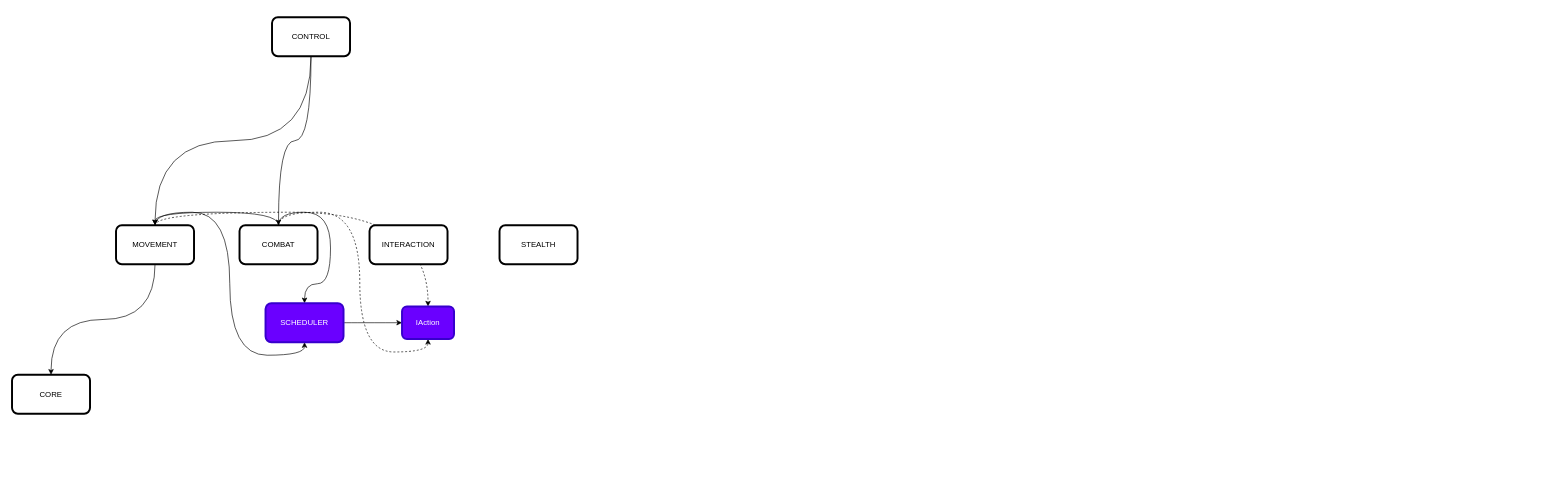
Above: _Docs/Architecture.drawio in rafaelmmedeiros/Mount-Mortem-Mystery (draw.io), before the change. Source tidied: cells renumbered, new cells numbered last; positions are measured from the earlier drawing's top-left corner, leaving out a move shared by most shapes. Both pictures are drawn from the tidied source at 65%, with x=0, y=0 at pixel (12, 17).
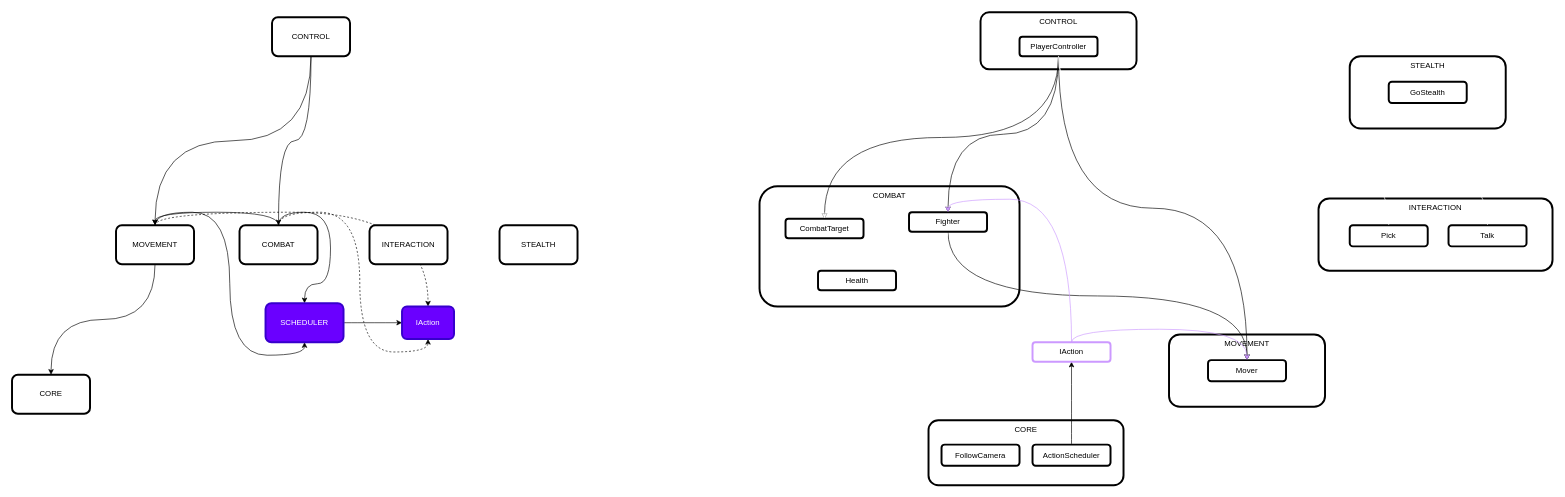
The same page after the edit.

Change to the diagram source:
```diff
@@
+    <mxCell id="19" value="CONTROL" style="rounded=1;whiteSpace=wrap;html=1;strokeWidth=3;align=center;labelPosition=center;verticalLabelPosition=middle;verticalAlign=top;" parent="1" vertex="1">
+      <mxGeometry x="1490" y="-7.5" width="240" height="87.5" as="geometry" />
+    </mxCell>
+    <mxCell id="20" value="COMBAT" style="rounded=1;whiteSpace=wrap;html=1;strokeWidth=3;align=center;labelPosition=center;verticalLabelPosition=middle;verticalAlign=top;" parent="1" vertex="1">
+      <mxGeometry x="1150" y="260" width="400" height="185" as="geometry" />
+    </mxCell>
+    <mxCell id="21" value="MOVEMENT" style="rounded=1;whiteSpace=wrap;html=1;strokeWidth=3;align=center;labelPosition=center;verticalLabelPosition=middle;verticalAlign=top;" parent="1" vertex="1">
+      <mxGeometry x="1780" y="488.1" width="240" height="111.2" as="geometry" />
+    </mxCell>
+    <mxCell id="22" value="CORE" style="rounded=1;whiteSpace=wrap;html=1;strokeWidth=3;align=center;labelPosition=center;verticalLabelPosition=middle;verticalAlign=top;" parent="1" vertex="1">
+      <mxGeometry x="1410" y="620" width="300" height="100" as="geometry" />
+    </mxCell>
+    <mxCell id="23" style="edgeStyle=orthogonalEdgeStyle;curved=1;rounded=0;jettySize=auto;html=1;exitX=0.5;exitY=1;exitDx=0;exitDy=0;" parent="1" edge="1" source="26" target="27">
+      <mxGeometry relative="1" as="geometry" />
+    </mxCell>
+    <mxCell id="24" style="edgeStyle=orthogonalEdgeStyle;curved=1;rounded=0;jettySize=auto;html=1;exitX=0.5;exitY=1;exitDx=0;exitDy=0;" parent="1" edge="1" source="26" target="31">
+      <mxGeometry relative="1" as="geometry" />
+    </mxCell>
+    <mxCell id="25" style="edgeStyle=orthogonalEdgeStyle;curved=1;rounded=0;jettySize=auto;html=1;exitX=0.5;exitY=1;exitDx=0;exitDy=0;" parent="1" edge="1" source="26" target="32">
+      <mxGeometry relative="1" as="geometry" />
+    </mxCell>
+    <mxCell id="26" value="PlayerController" style="rounded=1;whiteSpace=wrap;html=1;strokeWidth=3;" parent="1" vertex="1">
+      <mxGeometry x="1550" y="30" width="120" height="30" as="geometry" />
+    </mxCell>
+    <mxCell id="27" value="CombatTarget" style="rounded=1;whiteSpace=wrap;html=1;strokeWidth=3;" parent="1" vertex="1">
+      <mxGeometry x="1190" y="310" width="120" height="30" as="geometry" />
+    </mxCell>
+    <mxCell id="28" style="edgeStyle=orthogonalEdgeStyle;curved=1;rounded=0;jettySize=auto;html=1;exitX=0.5;exitY=1;exitDx=0;exitDy=0;" parent="1" edge="1" source="31" target="32">
+      <mxGeometry relative="1" as="geometry" />
+    </mxCell>
+    <mxCell id="29" style="edgeStyle=orthogonalEdgeStyle;curved=1;rounded=0;jettySize=auto;html=1;exitX=0.5;exitY=1;exitDx=0;exitDy=0;entryX=0.5;entryY=0;entryDx=0;entryDy=0;strokeColor=#FFFFFF;" parent="1" edge="1" source="31" target="33">
+      <mxGeometry relative="1" as="geometry" />
+    </mxCell>
+    <mxCell id="30" style="edgeStyle=orthogonalEdgeStyle;curved=1;rounded=0;jettySize=auto;html=1;exitX=0.5;exitY=1;exitDx=0;exitDy=0;entryX=0.5;entryY=0;entryDx=0;entryDy=0;strokeColor=#FFFFFF;" parent="1" edge="1" source="31" target="27">
+      <mxGeometry relative="1" as="geometry" />
+    </mxCell>
+    <mxCell id="31" value="Fighter" style="rounded=1;whiteSpace=wrap;html=1;strokeWidth=3;" parent="1" vertex="1">
+      <mxGeometry x="1380" y="300" width="120" height="30" as="geometry" />
+    </mxCell>
+    <mxCell id="32" value="Mover" style="rounded=1;whiteSpace=wrap;html=1;strokeWidth=3;" parent="1" vertex="1">
+      <mxGeometry x="1840" y="527.5" width="120" height="32.5" as="geometry" />
+    </mxCell>
+    <mxCell id="33" value="Health" style="rounded=1;whiteSpace=wrap;html=1;strokeWidth=3;" parent="1" vertex="1">
+      <mxGeometry x="1240" y="390" width="120" height="30" as="geometry" />
+    </mxCell>
+    <mxCell id="34" value="FollowCamera" style="rounded=1;whiteSpace=wrap;html=1;strokeWidth=3;" parent="1" vertex="1">
+      <mxGeometry x="1430" y="657.5" width="120" height="32.5" as="geometry" />
+    </mxCell>
+    <mxCell id="35" style="edgeStyle=orthogonalEdgeStyle;curved=1;rounded=0;jettySize=auto;html=1;exitX=0.5;exitY=0;exitDx=0;exitDy=0;entryX=0.5;entryY=1;entryDx=0;entryDy=0;" parent="1" edge="1" source="36" target="39">
+      <mxGeometry relative="1" as="geometry" />
+    </mxCell>
+    <mxCell id="36" value="ActionScheduler" style="rounded=1;whiteSpace=wrap;html=1;strokeWidth=3;" parent="1" vertex="1">
+      <mxGeometry x="1570" y="657.5" width="120" height="32.5" as="geometry" />
+    </mxCell>
+    <mxCell id="37" style="edgeStyle=orthogonalEdgeStyle;curved=1;rounded=0;jettySize=auto;html=1;exitX=0.5;exitY=0;exitDx=0;exitDy=0;entryX=0.5;entryY=0;entryDx=0;entryDy=0;strokeColor=#CC99FF;" parent="1" edge="1" source="39" target="31">
+      <mxGeometry relative="1" as="geometry" />
+    </mxCell>
+    <mxCell id="38" style="edgeStyle=orthogonalEdgeStyle;curved=1;rounded=0;jettySize=auto;html=1;exitX=0.5;exitY=0;exitDx=0;exitDy=0;entryX=0.5;entryY=0;entryDx=0;entryDy=0;strokeColor=#CC99FF;" parent="1" edge="1" source="39" target="32">
+      <mxGeometry relative="1" as="geometry" />
+    </mxCell>
+    <mxCell id="39" value="IAction" style="rounded=1;whiteSpace=wrap;html=1;strokeWidth=3;strokeColor=#CC99FF;" parent="1" vertex="1">
+      <mxGeometry x="1570" y="500" width="120" height="30" as="geometry" />
+    </mxCell>
+    <mxCell id="40" value="STEALTH" style="rounded=1;whiteSpace=wrap;html=1;strokeWidth=3;align=center;labelPosition=center;verticalLabelPosition=middle;verticalAlign=top;" parent="1" vertex="1">
+      <mxGeometry x="2058" y="60" width="240" height="111.2" as="geometry" />
+    </mxCell>
+    <mxCell id="41" value="INTERACTION" style="rounded=1;whiteSpace=wrap;html=1;strokeWidth=3;align=center;labelPosition=center;verticalLabelPosition=middle;verticalAlign=top;" parent="1" vertex="1">
+      <mxGeometry x="2010" y="278.8" width="360" height="111.2" as="geometry" />
+    </mxCell>
+    <mxCell id="42" value="Pick" style="rounded=1;whiteSpace=wrap;html=1;strokeWidth=3;" parent="1" vertex="1">
+      <mxGeometry x="2058" y="320" width="120" height="32.5" as="geometry" />
+    </mxCell>
+    <mxCell id="43" value="Talk" style="rounded=1;whiteSpace=wrap;html=1;strokeWidth=3;" parent="1" vertex="1">
+      <mxGeometry x="2210" y="320" width="120" height="32.5" as="geometry" />
+    </mxCell>
+    <mxCell id="44" style="edgeStyle=orthogonalEdgeStyle;curved=1;rounded=0;jettySize=auto;html=1;exitX=0.5;exitY=1;exitDx=0;exitDy=0;strokeColor=#FFFFFF;" parent="1" edge="1" source="26" target="42">
+      <mxGeometry relative="1" as="geometry" />
+    </mxCell>
+    <mxCell id="45" style="edgeStyle=orthogonalEdgeStyle;curved=1;rounded=0;jettySize=auto;html=1;exitX=0.5;exitY=1;exitDx=0;exitDy=0;strokeColor=#FFFFFF;" parent="1" edge="1" source="26" target="43">
+      <mxGeometry relative="1" as="geometry" />
+    </mxCell>
+    <mxCell id="46" value="GoStealth" style="rounded=1;whiteSpace=wrap;html=1;strokeWidth=3;" parent="1" vertex="1">
+      <mxGeometry x="2118" y="99.4" width="120" height="32.5" as="geometry" />
+    </mxCell>
```
